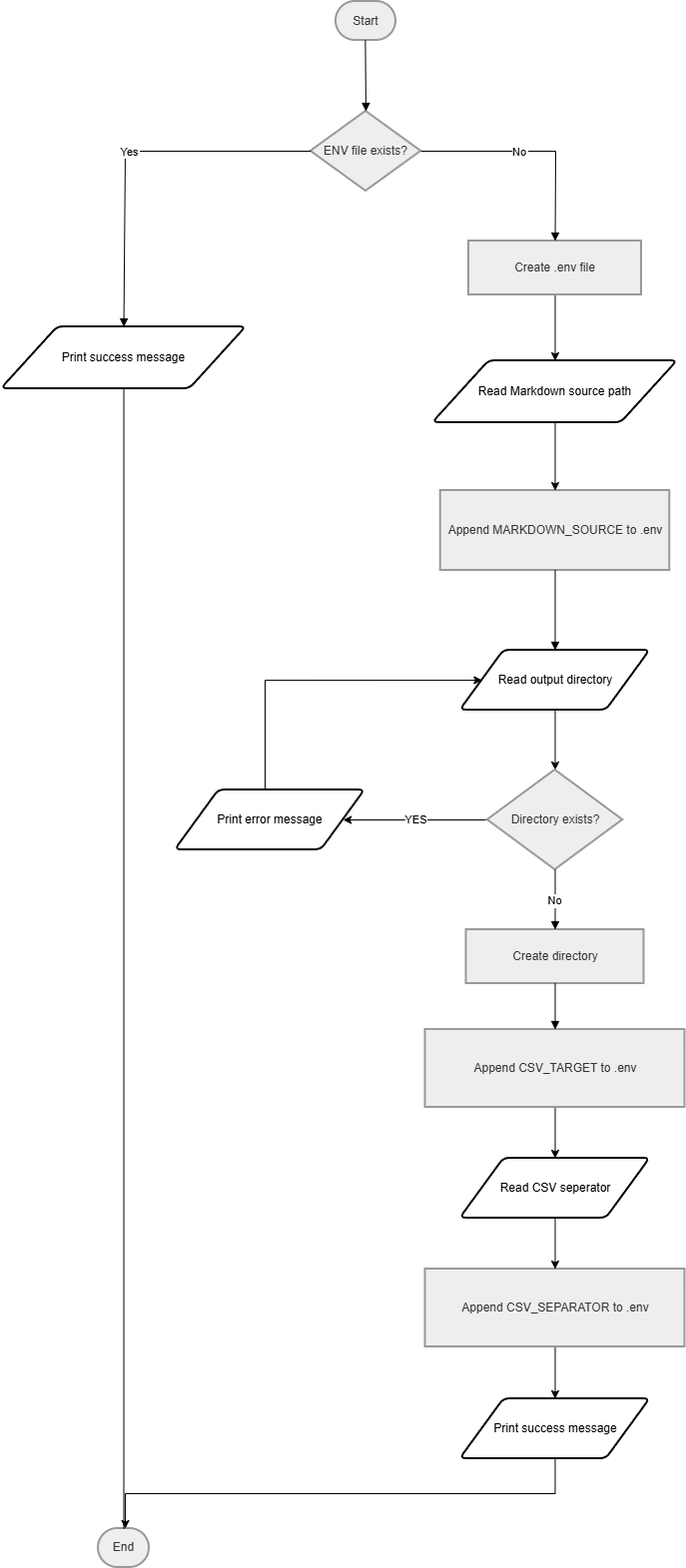
Before: flowCharts/MD2BananaCSV-SetUp.png, a diagram exported from draw.io (FullStackHYDRA/MD2BananaCSV). Source tidied: cells renumbered, new cells last; positions are measured from the earlier drawing's top-left corner, leaving out a move shared by most shapes.
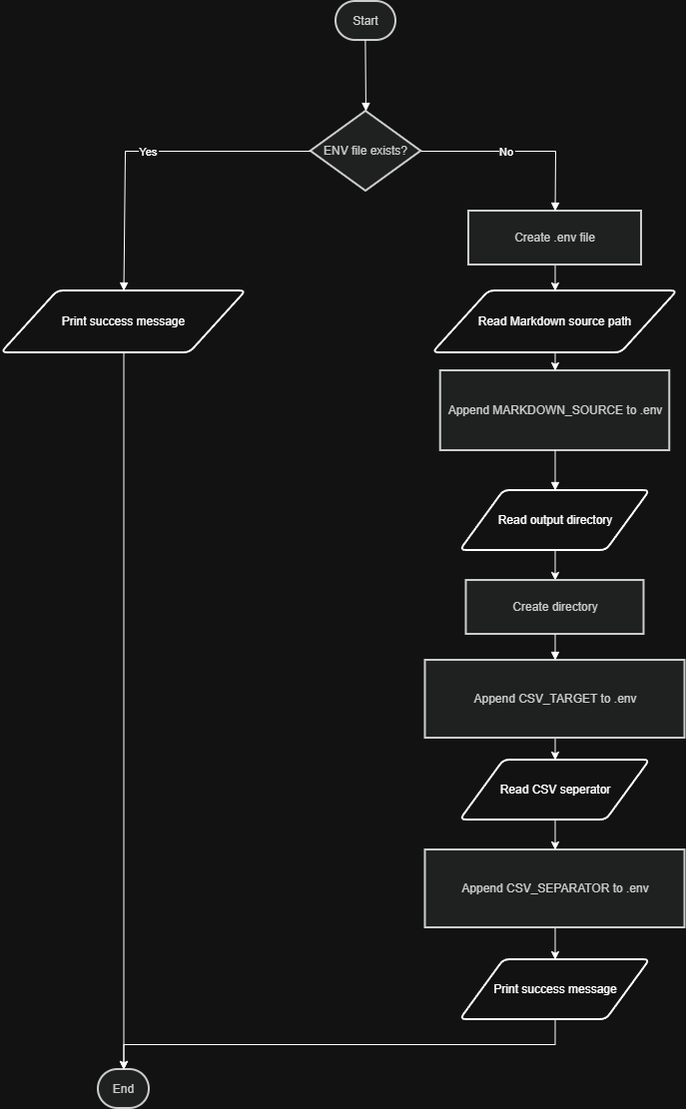
Above is the later version.

Commit message:
feat: changes to the setup flowchart

Diff of the diagram source:
```diff
@@ -12,44 +12,31 @@
       <mxGeometry relative="1" as="geometry" />
     </mxCell>
     <mxCell id="5" value="Create .env file" style="whiteSpace=wrap;strokeWidth=2;fillColor=light-dark(#eeeeee,#1f2020);strokeColor=light-dark(#999999,#cccccc);fontColor=light-dark(#333333,#cccccc);" parent="1" vertex="1">
-      <mxGeometry x="468" y="240" width="173" height="54" as="geometry" />
+      <mxGeometry x="468" y="210" width="173" height="54" as="geometry" />
     </mxCell>
     <mxCell id="6" value="Append MARKDOWN_SOURCE to .env" style="whiteSpace=wrap;strokeWidth=2;fillColor=light-dark(#eeeeee,#1f2020);strokeColor=light-dark(#999999,#cccccc);fontColor=light-dark(#333333,#cccccc);" parent="1" vertex="1">
-      <mxGeometry x="439.8" y="490" width="229.5" height="80" as="geometry" />
+      <mxGeometry x="439.8" y="370" width="229.5" height="80" as="geometry" />
     </mxCell>
-    <mxCell id="7" style="edgeStyle=orthogonalEdgeStyle;rounded=0;jettySize=auto;html=1;exitX=0.5;exitY=1;exitDx=0;exitDy=0;entryX=0.5;entryY=0;entryDx=0;entryDy=0;" parent="1" edge="1" source="25" target="9">
+    <mxCell id="7" style="edgeStyle=orthogonalEdgeStyle;rounded=0;jettySize=auto;html=1;exitX=0.5;exitY=1;exitDx=0;exitDy=0;entryX=0.5;entryY=0;entryDx=0;entryDy=0;" parent="1" edge="1" source="25" target="11">
       <mxGeometry relative="1" as="geometry" />
     </mxCell>
-    <mxCell id="8" value="YES" style="edgeStyle=orthogonalEdgeStyle;rounded=0;jettySize=auto;html=1;exitX=0;exitY=0.5;exitDx=0;exitDy=0;entryX=1;entryY=0.5;entryDx=0;entryDy=0;" parent="1" edge="1" source="9" target="24">
-      <mxGeometry relative="1" as="geometry" />
-    </mxCell>
-    <mxCell id="9" value="Directory exists?" style="rhombus;strokeWidth=2;whiteSpace=wrap;fillColor=light-dark(#eeeeee,#1f2020);strokeColor=light-dark(#999999,#cccccc);fontColor=light-dark(#333333,#cccccc);" parent="1" vertex="1">
-      <mxGeometry x="486.8" y="770" width="135.5" height="100" as="geometry" />
-    </mxCell>
-    <mxCell id="10" style="edgeStyle=orthogonalEdgeStyle;rounded=0;jettySize=auto;html=1;exitX=0.5;exitY=0;exitDx=0;exitDy=0;entryX=0;entryY=0.5;entryDx=0;entryDy=0;" parent="1" edge="1" source="24" target="25">
-      <mxGeometry relative="1" as="geometry">
-        <Array as="points">
-          <mxPoint x="264" y="680" />
-        </Array>
-      </mxGeometry>
-    </mxCell>
     <mxCell id="11" value="Create directory" style="whiteSpace=wrap;strokeWidth=2;fillColor=light-dark(#eeeeee,#1f2020);strokeColor=light-dark(#999999,#cccccc);fontColor=light-dark(#333333,#cccccc);" parent="1" vertex="1">
-      <mxGeometry x="465.5" y="930" width="178" height="54" as="geometry" />
+      <mxGeometry x="465.5" y="580" width="178" height="54" as="geometry" />
     </mxCell>
     <mxCell id="12" style="edgeStyle=orthogonalEdgeStyle;rounded=0;jettySize=auto;html=1;exitX=0.5;exitY=1;exitDx=0;exitDy=0;entryX=0.5;entryY=0;entryDx=0;entryDy=0;" parent="1" edge="1" source="13" target="30">
       <mxGeometry relative="1" as="geometry" />
     </mxCell>
     <mxCell id="13" value="Append CSV_TARGET to .env" style="whiteSpace=wrap;strokeWidth=2;fillColor=light-dark(#eeeeee,#1f2020);strokeColor=light-dark(#999999,#cccccc);fontColor=light-dark(#333333,#cccccc);" parent="1" vertex="1">
-      <mxGeometry x="424.5" y="1030" width="260" height="78" as="geometry" />
+      <mxGeometry x="424.5" y="660" width="260" height="78" as="geometry" />
     </mxCell>
     <mxCell id="14" style="edgeStyle=orthogonalEdgeStyle;rounded=0;jettySize=auto;html=1;exitX=0.5;exitY=1;exitDx=0;exitDy=0;entryX=0.5;entryY=0;entryDx=0;entryDy=0;" parent="1" edge="1" source="15" target="32">
       <mxGeometry relative="1" as="geometry" />
     </mxCell>
     <mxCell id="15" value="Append CSV_SEPARATOR to .env" style="whiteSpace=wrap;strokeWidth=2;fillColor=light-dark(#eeeeee,#1f2020);strokeColor=light-dark(#999999,#cccccc);fontColor=light-dark(#333333,#cccccc);" parent="1" vertex="1">
-      <mxGeometry x="424.5" y="1270" width="260" height="78" as="geometry" />
+      <mxGeometry x="424.5" y="850" width="260" height="78" as="geometry" />
     </mxCell>
     <mxCell id="16" value="End" style="rounded=1;whiteSpace=wrap;arcSize=50;strokeWidth=2;fillColor=light-dark(#eeeeee,#1f2020);strokeColor=light-dark(#999999,#cccccc);fontColor=light-dark(#333333,#cccccc);" parent="1" vertex="1">
-      <mxGeometry x="97" y="1530" width="51" height="39" as="geometry" />
+      <mxGeometry x="97" y="1070" width="51" height="39" as="geometry" />
     </mxCell>
     <mxCell id="17" style="curved=1;startArrow=none;endArrow=block;exitX=0.49;exitY=1;entryX=0.5;entryY=0;" parent="1" edge="1" source="2" target="3">
       <mxGeometry relative="1" as="geometry" />
@@ -71,43 +58,35 @@
     <mxCell id="20" style="curved=1;startArrow=none;endArrow=block;exitX=0.5;exitY=1;entryX=0.5;entryY=0;entryDx=0;entryDy=0;" parent="1" edge="1" source="6" target="25">
       <mxGeometry relative="1" as="geometry" />
     </mxCell>
-    <mxCell id="21" value="No" style="curved=0;startArrow=none;endArrow=block;exitX=0.5;exitY=1;entryX=0.5;entryY=0;rounded=0;exitDx=0;exitDy=0;" parent="1" edge="1" source="9" target="11">
-      <mxGeometry relative="1" as="geometry" />
-    </mxCell>
     <mxCell id="22" style="curved=1;startArrow=none;endArrow=block;exitX=0.5;exitY=1;entryX=0.5;entryY=0;" parent="1" edge="1" source="11" target="13">
       <mxGeometry relative="1" as="geometry" />
     </mxCell>
-    <mxCell id="23" style="endArrow=none;html=1;rounded=0;exitX=0.5;exitY=0;exitDx=0;exitDy=0;entryX=0.5;entryY=1;entryDx=0;entryDy=0;" parent="1" edge="1" source="16" target="28">
+    <mxCell id="23" style="endArrow=none;html=1;rounded=0;exitX=0.5;exitY=0;exitDx=0;exitDy=0;entryX=0.5;entryY=1;entryDx=0;entryDy=0;startArrow=classic;startFill=1;" parent="1" edge="1" source="16" target="28">
       <mxGeometry relative="1" as="geometry" />
     </mxCell>
-    <mxCell id="24" value="Print error message" style="shape=parallelogram;html=1;strokeWidth=2;perimeter=parallelogramPerimeter;whiteSpace=wrap;rounded=1;arcSize=12;size=0.23;" parent="1" vertex="1">
-      <mxGeometry x="174" y="790" width="190" height="60" as="geometry" />
-    </mxCell>
     <mxCell id="25" value="Read output directory" style="shape=parallelogram;html=1;strokeWidth=2;perimeter=parallelogramPerimeter;whiteSpace=wrap;rounded=1;arcSize=12;size=0.23;" parent="1" vertex="1">
-      <mxGeometry x="459.5" y="650" width="190" height="60" as="geometry" />
+      <mxGeometry x="459.5" y="490" width="190" height="60" as="geometry" />
     </mxCell>
     <mxCell id="26" style="edgeStyle=orthogonalEdgeStyle;rounded=0;jettySize=auto;html=1;exitX=0.5;exitY=1;exitDx=0;exitDy=0;entryX=0.5;entryY=0;entryDx=0;entryDy=0;" parent="1" edge="1" source="27" target="6">
       <mxGeometry relative="1" as="geometry" />
     </mxCell>
     <mxCell id="27" value="Read Markdown source path" style="shape=parallelogram;html=1;strokeWidth=2;perimeter=parallelogramPerimeter;whiteSpace=wrap;rounded=1;arcSize=12;size=0.23;" parent="1" vertex="1">
-      <mxGeometry x="432" y="360" width="245" height="62" as="geometry" />
+      <mxGeometry x="432" y="290" width="245" height="62" as="geometry" />
     </mxCell>
     <mxCell id="28" value="Print success message" style="shape=parallelogram;html=1;strokeWidth=2;perimeter=parallelogramPerimeter;whiteSpace=wrap;rounded=1;arcSize=12;size=0.23;" parent="1" vertex="1">
-      <mxGeometry y="326" width="245" height="62" as="geometry" />
+      <mxGeometry y="290" width="245" height="62" as="geometry" />
     </mxCell>
     <mxCell id="29" style="edgeStyle=orthogonalEdgeStyle;rounded=0;jettySize=auto;html=1;exitX=0.5;exitY=1;exitDx=0;exitDy=0;entryX=0.5;entryY=0;entryDx=0;entryDy=0;" parent="1" edge="1" source="30" target="15">
       <mxGeometry relative="1" as="geometry" />
     </mxCell>
     <mxCell id="30" value="Read CSV seperator" style="shape=parallelogram;html=1;strokeWidth=2;perimeter=parallelogramPerimeter;whiteSpace=wrap;rounded=1;arcSize=12;size=0.23;" parent="1" vertex="1">
-      <mxGeometry x="459.5" y="1159" width="190" height="60" as="geometry" />
+      <mxGeometry x="459.5" y="760" width="190" height="60" as="geometry" />
     </mxCell>
-    <mxCell id="31" style="edgeStyle=orthogonalEdgeStyle;rounded=0;jettySize=auto;html=1;exitX=0.5;exitY=1;exitDx=0;exitDy=0;" parent="1" edge="1" source="32">
-      <mxGeometry relative="1" as="geometry">
-        <mxPoint x="124" y="1530" as="targetPoint" />
-      </mxGeometry>
-    </mxCell>
+    <mxCell id="33" style="edgeStyle=orthogonalEdgeStyle;rounded=0;jettySize=auto;html=1;exitX=0.5;exitY=1;exitDx=0;exitDy=0;entryX=0.5;entryY=0;entryDx=0;entryDy=0;" parent="1" edge="1" source="32" target="16">
+      <mxGeometry relative="1" as="geometry" />
+    </mxCell>
     <mxCell id="32" value="Print success message" style="shape=parallelogram;html=1;strokeWidth=2;perimeter=parallelogramPerimeter;whiteSpace=wrap;rounded=1;arcSize=12;size=0.23;" parent="1" vertex="1">
-      <mxGeometry x="459.5" y="1400" width="190" height="60" as="geometry" />
+      <mxGeometry x="459.5" y="960" width="190" height="60" as="geometry" />
     </mxCell>
   </root>
 </mxGraphModel>
```
